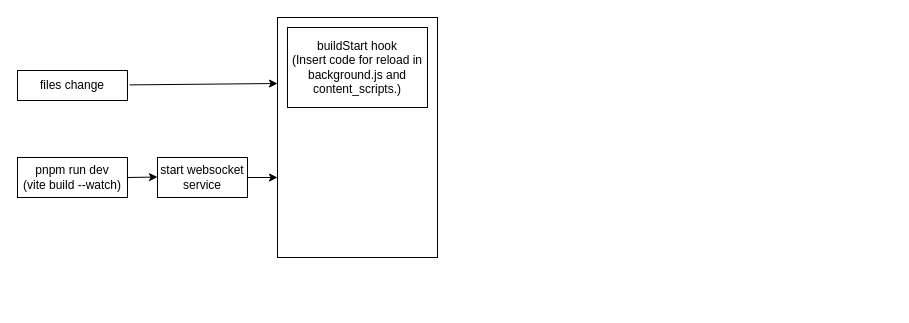
Before: docs/未命名绘图.drawio in Jervis2049/vite-plugin-crx-hot-reload, a draw.io diagram. Source tidied: cells renumbered, new cells numbered last; positions are measured from the earlier drawing's top-left corner, leaving out a move shared by most shapes. Both pictures are drawn from the tidied source at 100%, with x=0, y=0 at pixel (17, 17).
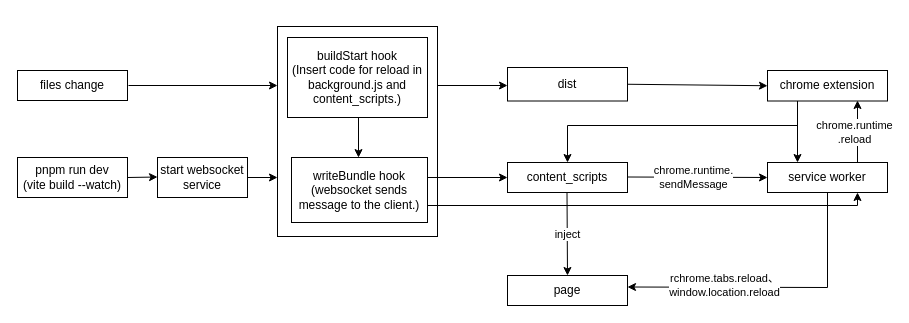
Above is the later version.

The edit, as a diff of the source:
```diff
@@
     <mxCell id="7" style="rounded=0;whiteSpace=wrap;html=1;" parent="1" vertex="1">
-      <mxGeometry x="260" width="160" height="240" as="geometry" />
+      <mxGeometry x="260" y="9" width="160" height="210" as="geometry" />
     </mxCell>
-    <mxCell id="8" style="endArrow=classic;html=1;rounded=0;" parent="1" edge="1">
-      <mxGeometry relative="1" as="geometry">
-        <mxPoint x="112" y="67.4" as="sourcePoint" />
-        <mxPoint x="260" y="66" as="targetPoint" />
-      </mxGeometry>
-    </mxCell>
     <mxCell id="9" value="buildStart hook&lt;br&gt;(Insert code for reload in background.js and content_scripts.)" style="rounded=0;whiteSpace=wrap;html=1;" parent="1" vertex="1">
-      <mxGeometry x="270" y="10" width="140" height="80" as="geometry" />
+      <mxGeometry x="270" y="20" width="140" height="80" as="geometry" />
     </mxCell>
+    <mxCell id="10" style="endArrow=classic;html=1;rounded=0;entryX=0.375;entryY=0.792;entryDx=0;entryDy=0;entryPerimeter=0;" parent="1" edge="1">
+      <mxGeometry relative="1" as="geometry">
+        <mxPoint x="341" y="100" as="sourcePoint" />
+        <mxPoint x="341" y="140.1" as="targetPoint" />
+      </mxGeometry>
+    </mxCell>
+    <mxCell id="11" value="writeBundle hook&lt;br&gt;(websocket sends message to the client.)" style="rounded=0;whiteSpace=wrap;html=1;" parent="1" vertex="1">
+      <mxGeometry x="274" y="140" width="136" height="65" as="geometry" />
+    </mxCell>
+    <mxCell id="12" value="dist" style="rounded=0;whiteSpace=wrap;html=1;" parent="1" vertex="1">
+      <mxGeometry x="490" y="50" width="120" height="33.5" as="geometry" />
+    </mxCell>
+    <mxCell id="13" style="endArrow=classic;html=1;rounded=0;entryX=0;entryY=0.5;entryDx=0;entryDy=0;" parent="1" edge="1" target="14">
+      <mxGeometry relative="1" as="geometry">
+        <mxPoint x="410" y="160" as="sourcePoint" />
+      </mxGeometry>
+    </mxCell>
+    <mxCell id="14" value="content_scripts" style="rounded=0;whiteSpace=wrap;html=1;" parent="1" vertex="1">
+      <mxGeometry x="490" y="145" width="120" height="30" as="geometry" />
+    </mxCell>
+    <mxCell id="15" style="endArrow=classic;html=1;rounded=0;" parent="1" edge="1">
+      <mxGeometry relative="1" as="geometry">
+        <mxPoint x="549.5" y="175" as="sourcePoint" />
+        <mxPoint x="550" y="258" as="targetPoint" />
+      </mxGeometry>
+    </mxCell>
+    <mxCell id="16" value="inject" style="edgeLabel;html=1;align=center;verticalAlign=middle;" parent="15" vertex="1">
+      <mxGeometry relative="1" as="geometry" />
+    </mxCell>
+    <mxCell id="17" style="endArrow=classic;html=1;rounded=0;exitX=1;exitY=0.5;exitDx=0;exitDy=0;entryX=0;entryY=0.5;entryDx=0;entryDy=0;" parent="1" edge="1" source="12" target="18">
+      <mxGeometry relative="1" as="geometry" />
+    </mxCell>
+    <mxCell id="18" value="chrome extension" style="rounded=0;whiteSpace=wrap;html=1;" parent="1" vertex="1">
+      <mxGeometry x="750" y="53" width="120" height="30.5" as="geometry" />
+    </mxCell>
+    <mxCell id="19" value="service worker" style="rounded=0;whiteSpace=wrap;html=1;" parent="1" vertex="1">
+      <mxGeometry x="750" y="145" width="120" height="30" as="geometry" />
+    </mxCell>
+    <mxCell id="20" style="endArrow=classic;html=1;rounded=0;" parent="1" edge="1">
+      <mxGeometry relative="1" as="geometry">
+        <mxPoint x="111" y="68" as="sourcePoint" />
+        <mxPoint x="260" y="68" as="targetPoint" />
+      </mxGeometry>
+    </mxCell>
+    <mxCell id="21" style="endArrow=classic;html=1;rounded=0;" parent="1" edge="1">
+      <mxGeometry relative="1" as="geometry">
+        <mxPoint x="420" y="68" as="sourcePoint" />
+        <mxPoint x="490" y="68" as="targetPoint" />
+      </mxGeometry>
+    </mxCell>
+    <mxCell id="22" style="endArrow=classic;html=1;rounded=0;" parent="1" edge="1">
+      <mxGeometry relative="1" as="geometry">
+        <mxPoint x="610" y="159.5" as="sourcePoint" />
+        <mxPoint x="750" y="160" as="targetPoint" />
+      </mxGeometry>
+    </mxCell>
+    <mxCell id="23" value="chrome.runtime.&lt;br&gt;sendMessage" style="edgeLabel;html=1;align=center;verticalAlign=middle;" parent="22" vertex="1">
+      <mxGeometry relative="1" as="geometry">
+        <mxPoint x="-4" as="offset" />
+      </mxGeometry>
+    </mxCell>
+    <mxCell id="24" style="endArrow=classic;html=1;rounded=0;entryX=0.25;entryY=0;entryDx=0;entryDy=0;" parent="1" edge="1" target="19">
+      <mxGeometry relative="1" as="geometry">
+        <mxPoint x="780" y="83.5" as="sourcePoint" />
+      </mxGeometry>
+    </mxCell>
+    <mxCell id="25" style="endArrow=classic;html=1;rounded=0;exitX=0.75;exitY=0;exitDx=0;exitDy=0;" parent="1" edge="1" source="19">
+      <mxGeometry relative="1" as="geometry">
+        <mxPoint x="840" y="83" as="targetPoint" />
+      </mxGeometry>
+    </mxCell>
+    <mxCell id="26" value="chrome.runtime&lt;br&gt;.reload" style="edgeLabel;html=1;align=center;verticalAlign=middle;" parent="25" vertex="1">
+      <mxGeometry relative="1" as="geometry">
+        <mxPoint x="-4" as="offset" />
+      </mxGeometry>
+    </mxCell>
+    <mxCell id="27" style="endArrow=classic;html=1;rounded=0;entryX=0.75;entryY=1;entryDx=0;entryDy=0;" parent="1" edge="1" target="19">
+      <mxGeometry relative="1" as="geometry">
+        <mxPoint x="410" y="188" as="sourcePoint" />
+        <Array as="points">
+          <mxPoint x="840" y="188" />
+        </Array>
+      </mxGeometry>
+    </mxCell>
+    <mxCell id="28" style="endArrow=classic;html=1;rounded=0;entryX=0.5;entryY=0;entryDx=0;entryDy=0;" parent="1" edge="1" target="14">
+      <mxGeometry relative="1" as="geometry">
+        <mxPoint x="780" y="108" as="sourcePoint" />
+        <Array as="points">
+          <mxPoint x="550" y="108" />
+        </Array>
+      </mxGeometry>
+    </mxCell>
+    <mxCell id="29" value="page" style="rounded=0;whiteSpace=wrap;html=1;" parent="1" vertex="1">
+      <mxGeometry x="490" y="258" width="120" height="30" as="geometry" />
+    </mxCell>
+    <mxCell id="30" style="endArrow=classic;html=1;rounded=0;" parent="1" edge="1">
+      <mxGeometry relative="1" as="geometry">
+        <mxPoint x="810" y="175" as="sourcePoint" />
+        <mxPoint x="610" y="269.5" as="targetPoint" />
+        <Array as="points">
+          <mxPoint x="810" y="270" />
+        </Array>
+      </mxGeometry>
+    </mxCell>
+    <mxCell id="31" value="rchrome.tabs.reload、&lt;br&gt;window.location.reload" style="edgeLabel;html=1;align=center;verticalAlign=middle;" parent="30" vertex="1">
+      <mxGeometry x="0.48" y="-2" relative="1" as="geometry">
+        <mxPoint x="19" as="offset" />
+      </mxGeometry>
+    </mxCell>
```
